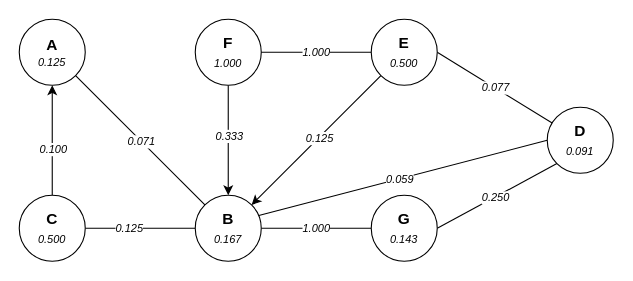
This is assets/painotettu-verkko-ennen.drawio from jukkapajarinen/TUNIMasterThesis, a draw.io file, before an edit. Source tidied: cells renumbered, new cells numbered last; positions are measured from the earlier drawing's top-left corner, leaving out a move shared by most shapes. Both pictures are drawn from the tidied source at 110%, with x=0, y=0 at pixel (19, 19).
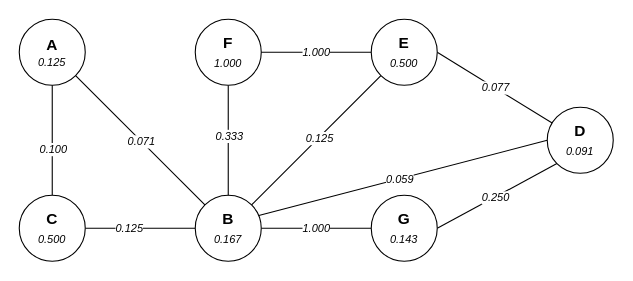
The same diagram, later.

The change refers to these unchanged cells:
```xml
<mxCell id="4" value="&lt;div&gt;&lt;b style=&quot;font-size: 14px&quot;&gt;A&lt;/b&gt;&lt;/div&gt;&lt;font style=&quot;font-size: 10px&quot;&gt;&lt;i&gt;0.125&lt;/i&gt;&lt;/font&gt;" style="ellipse;whiteSpace=wrap;html=1;" parent="1" vertex="1">
  <mxGeometry width="60" height="60" as="geometry" />
</mxCell>
<mxCell id="11" value="&lt;b style=&quot;font-size: 14px&quot;&gt;B&lt;/b&gt;&lt;br style=&quot;font-size: 14px&quot;&gt;&lt;font style=&quot;font-size: 10px&quot;&gt;&lt;i&gt;0.167&lt;/i&gt;&lt;/font&gt;" style="ellipse;whiteSpace=wrap;html=1;fontSize=14;" parent="1" vertex="1">
  <mxGeometry x="160" y="160" width="60" height="60" as="geometry" />
</mxCell>
<mxCell id="20" value="&lt;b style=&quot;font-size: 14px&quot;&gt;C&lt;/b&gt;&lt;br style=&quot;font-size: 14px&quot;&gt;&lt;font style=&quot;font-size: 10px&quot;&gt;&lt;i&gt;0.500&lt;/i&gt;&lt;/font&gt;" style="ellipse;whiteSpace=wrap;html=1;fontSize=14;" parent="1" vertex="1">
  <mxGeometry y="160" width="60" height="60" as="geometry" />
</mxCell>
<mxCell id="23" value="&lt;b style=&quot;font-size: 14px&quot;&gt;F&lt;/b&gt;&lt;br style=&quot;font-size: 14px&quot;&gt;&lt;font style=&quot;font-size: 10px&quot;&gt;&lt;i&gt;1.000&lt;/i&gt;&lt;/font&gt;&lt;br style=&quot;font-size: 14px&quot;&gt;&lt;font style=&quot;font-size: 14px&quot;&gt;&lt;i style=&quot;font-size: 14px&quot;&gt;&lt;/i&gt;&lt;/font&gt;" style="ellipse;whiteSpace=wrap;html=1;fontSize=14;" parent="1" vertex="1">
  <mxGeometry x="160" width="60" height="60" as="geometry" />
</mxCell>
<mxCell id="28" value="&lt;b style=&quot;font-size: 14px&quot;&gt;E&lt;/b&gt;&lt;br style=&quot;font-size: 14px&quot;&gt;&lt;font style=&quot;font-size: 10px&quot;&gt;&lt;i&gt;0.500&lt;/i&gt;&lt;/font&gt;" style="ellipse;whiteSpace=wrap;html=1;fontSize=14;" parent="1" vertex="1">
  <mxGeometry x="320" width="60" height="60" as="geometry" />
</mxCell>
```

Diff of the diagram source:
```diff
@@
-    <mxCell id="18" style="edgeStyle=none;rounded=0;jettySize=auto;html=1;entryX=0.5;entryY=1;entryDx=0;entryDy=0;startArrow=none;startFill=0;endArrow=classic;endFill=1;" parent="1" edge="1" source="20" target="4">
+    <mxCell id="18" style="edgeStyle=none;rounded=0;jettySize=auto;html=1;entryX=0.5;entryY=1;entryDx=0;entryDy=0;startArrow=none;startFill=0;endArrow=none;endFill=0;" parent="1" edge="1" source="20" target="4">
       <mxGeometry relative="1" as="geometry" />
     </mxCell>
@@
-    <mxCell id="21" style="rounded=0;jettySize=auto;html=1;entryX=0.5;entryY=0;entryDx=0;entryDy=0;endArrow=classic;endFill=1;startArrow=none;startFill=0;" parent="1" edge="1" source="23" target="11">
+    <mxCell id="21" style="rounded=0;jettySize=auto;html=1;entryX=0.5;entryY=0;entryDx=0;entryDy=0;endArrow=none;endFill=0;startArrow=none;startFill=0;" parent="1" edge="1" source="23" target="11">
       <mxGeometry relative="1" as="geometry" />
     </mxCell>
@@
-    <mxCell id="26" style="rounded=0;jettySize=auto;html=1;entryX=1;entryY=0;entryDx=0;entryDy=0;endArrow=classic;endFill=1;exitX=0;exitY=1;exitDx=0;exitDy=0;" parent="1" edge="1" source="28" target="11">
+    <mxCell id="26" style="rounded=0;jettySize=auto;html=1;entryX=1;entryY=0;entryDx=0;entryDy=0;endArrow=none;endFill=0;exitX=0;exitY=1;exitDx=0;exitDy=0;" parent="1" edge="1" source="28" target="11">
       <mxGeometry relative="1" as="geometry" />
     </mxCell>
```
